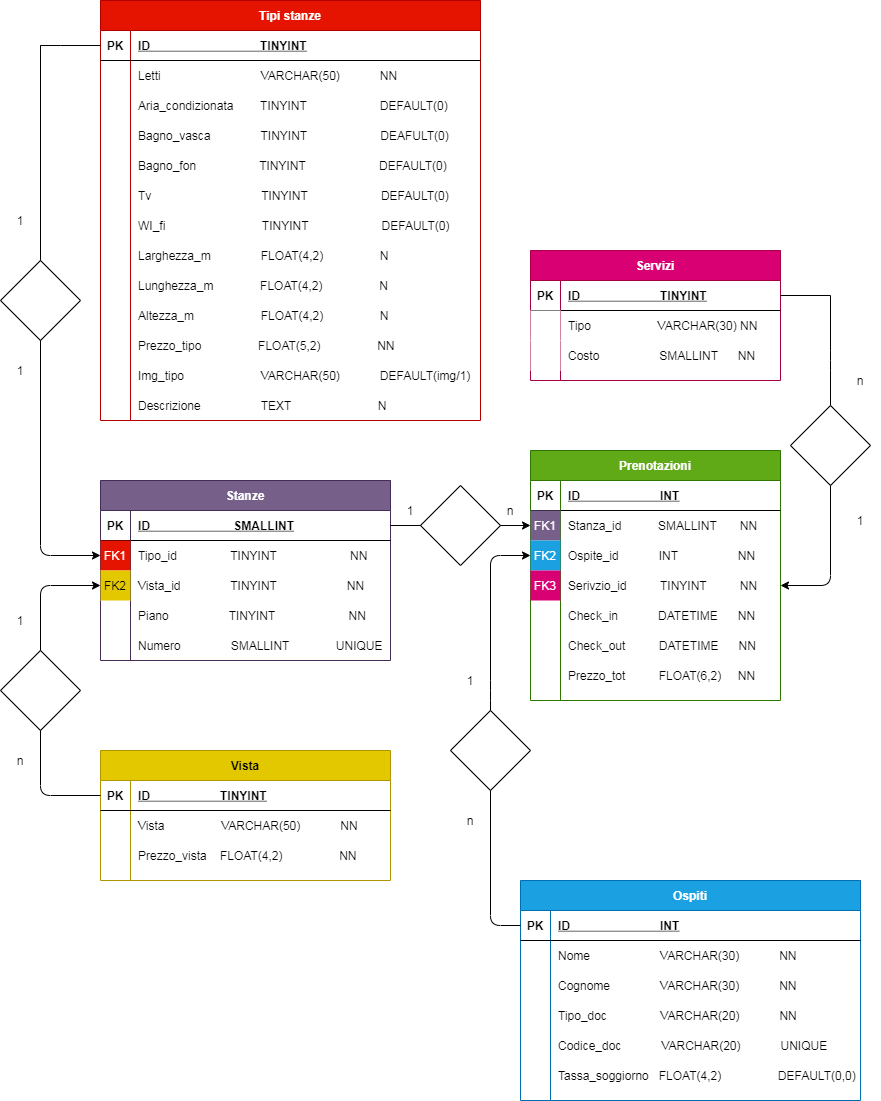
Above: Hotel.png in jacopo-vinanti96/db-hotel (draw.io), before the change. Source tidied: cells renumbered, new cells last; positions are measured from the earlier drawing's top-left corner, leaving out a move shared by most shapes.
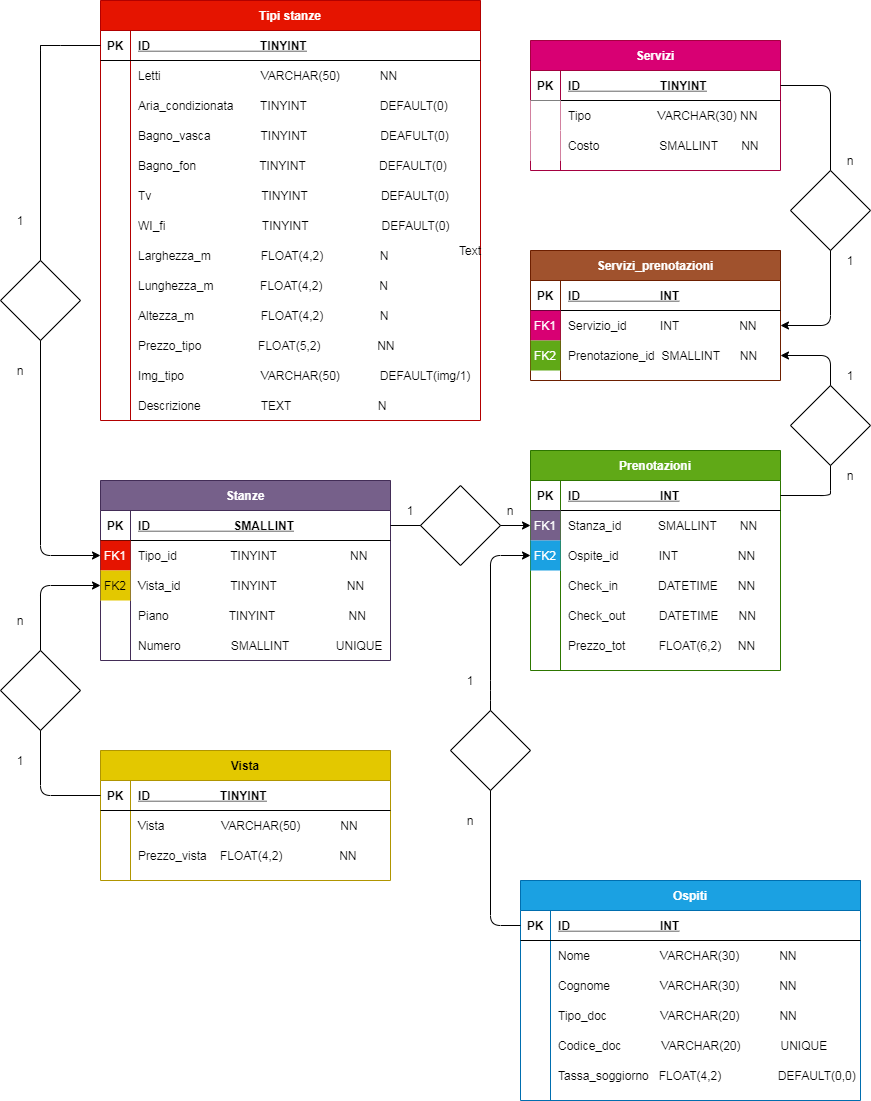
The same file after the commit.

Change to the diagram source:
```diff
@@ -3,7 +3,7 @@
     <mxCell id="0" />
     <mxCell id="1" parent="0" />
     <mxCell id="2" value="Prenotazioni" style="shape=table;startSize=30;rowLines=0;fontStyle=1;align=center;fillColor=#60a917;strokeColor=#2D7600;fontColor=#ffffff;" parent="1" vertex="1">
-      <mxGeometry x="530" y="450" width="250" height="250" as="geometry" />
+      <mxGeometry x="530" y="450" width="250" height="220" as="geometry" />
     </mxCell>
     <mxCell id="3" style="shape=partialRectangle;fillColor=none;points=[[0,0.5],[1,0.5]];portConstraint=eastwest;top=0;left=0;right=0;bottom=1;" parent="2" vertex="1">
       <mxGeometry y="30" width="250" height="30" as="geometry" />
@@ -32,17 +32,8 @@
     <mxCell id="11" value="Ospite_id            INT                  NN" style="shape=partialRectangle;overflow=hidden;fillColor=none;top=0;left=0;bottom=0;right=0;align=left;spacingLeft=6;" parent="9" vertex="1">
       <mxGeometry x="30" width="220" height="30" as="geometry" />
     </mxCell>
-    <mxCell id="12" style="shape=partialRectangle;fillColor=none;points=[[0,0.5],[1,0.5]];portConstraint=eastwest;top=0;left=0;right=0;bottom=0;" parent="2" vertex="1">
-      <mxGeometry y="120" width="250" height="30" as="geometry" />
-    </mxCell>
-    <mxCell id="13" value="FK3" style="shape=partialRectangle;overflow=hidden;fillColor=#d80073;top=0;left=0;bottom=0;right=0;strokeColor=#A50040;fontColor=#ffffff;" parent="12" vertex="1">
-      <mxGeometry width="30" height="30" as="geometry" />
-    </mxCell>
-    <mxCell id="14" value="Serivzio_id          TINYINT          NN" style="shape=partialRectangle;overflow=hidden;fillColor=none;top=0;left=0;bottom=0;right=0;align=left;spacingLeft=6;" parent="12" vertex="1">
-      <mxGeometry x="30" width="220" height="30" as="geometry" />
-    </mxCell>
     <mxCell id="15" style="shape=partialRectangle;fillColor=none;top=0;left=0;right=0;bottom=0;" parent="2" vertex="1">
-      <mxGeometry y="150" width="250" height="30" as="geometry" />
+      <mxGeometry y="120" width="250" height="30" as="geometry" />
     </mxCell>
     <mxCell id="16" style="shape=partialRectangle;overflow=hidden;fillColor=none;top=0;left=0;bottom=0;right=0;" parent="15" vertex="1">
       <mxGeometry width="30" height="30" as="geometry" />
@@ -51,7 +42,7 @@
       <mxGeometry x="30" width="220" height="30" as="geometry" />
     </mxCell>
     <mxCell id="18" style="shape=partialRectangle;fillColor=none;top=0;left=0;right=0;bottom=0;" parent="2" vertex="1">
-      <mxGeometry y="180" width="250" height="30" as="geometry" />
+      <mxGeometry y="150" width="250" height="30" as="geometry" />
     </mxCell>
     <mxCell id="19" style="shape=partialRectangle;overflow=hidden;fillColor=none;top=0;left=0;bottom=0;right=0;" parent="18" vertex="1">
       <mxGeometry width="30" height="30" as="geometry" />
@@ -60,7 +51,7 @@
       <mxGeometry x="30" width="220" height="30" as="geometry" />
     </mxCell>
     <mxCell id="21" style="shape=partialRectangle;fillColor=none;top=0;left=0;right=0;bottom=0;" parent="2" vertex="1">
-      <mxGeometry y="210" width="250" height="30" as="geometry" />
+      <mxGeometry y="180" width="250" height="30" as="geometry" />
     </mxCell>
     <mxCell id="22" style="shape=partialRectangle;overflow=hidden;fillColor=none;top=0;left=0;bottom=0;right=0;" parent="21" vertex="1">
       <mxGeometry width="30" height="30" as="geometry" />
@@ -319,7 +310,7 @@
     <mxCell id="103" value="1" style="text;html=1;strokeColor=none;fillColor=none;align=center;verticalAlign=middle;whiteSpace=wrap;rounded=0;" parent="1" vertex="1">
       <mxGeometry y="210" width="40" height="20" as="geometry" />
     </mxCell>
-    <mxCell id="104" value="1" style="text;html=1;strokeColor=none;fillColor=none;align=center;verticalAlign=middle;whiteSpace=wrap;rounded=0;" parent="1" vertex="1">
+    <mxCell id="104" value="n" style="text;html=1;strokeColor=none;fillColor=none;align=center;verticalAlign=middle;whiteSpace=wrap;rounded=0;" parent="1" vertex="1">
       <mxGeometry y="360" width="40" height="20" as="geometry" />
     </mxCell>
     <mxCell id="105" value="Vista" style="shape=table;startSize=30;rowLines=0;fontStyle=1;align=center;fillColor=#e3c800;strokeColor=#B09500;fontColor=#000000;" parent="1" vertex="1">
@@ -364,10 +355,10 @@
     <mxCell id="116" style="rhombus;whiteSpace=wrap;html=1;" parent="1" vertex="1">
       <mxGeometry y="650" width="80" height="80" as="geometry" />
     </mxCell>
-    <mxCell id="117" value="1" style="text;html=1;strokeColor=none;fillColor=none;align=center;verticalAlign=middle;whiteSpace=wrap;rounded=0;" parent="1" vertex="1">
+    <mxCell id="117" value="n" style="text;html=1;strokeColor=none;fillColor=none;align=center;verticalAlign=middle;whiteSpace=wrap;rounded=0;" parent="1" vertex="1">
       <mxGeometry y="610" width="40" height="20" as="geometry" />
     </mxCell>
-    <mxCell id="118" value="n" style="text;html=1;strokeColor=none;fillColor=none;align=center;verticalAlign=middle;whiteSpace=wrap;rounded=0;" parent="1" vertex="1">
+    <mxCell id="118" value="1" style="text;html=1;strokeColor=none;fillColor=none;align=center;verticalAlign=middle;whiteSpace=wrap;rounded=0;" parent="1" vertex="1">
       <mxGeometry y="750" width="40" height="20" as="geometry" />
     </mxCell>
     <mxCell id="119" style="endArrow=classic;html=1;entryX=0;entryY=0.5;entryDx=0;entryDy=0;startArrow=none;" parent="1" edge="1" source="120" target="6">
@@ -393,7 +384,7 @@
       <mxGeometry x="490" y="500" width="40" height="20" as="geometry" />
     </mxCell>
     <mxCell id="125" value="Servizi" style="shape=table;startSize=30;rowLines=0;fontStyle=1;align=center;fillColor=#d80073;strokeColor=#A50040;fontColor=#ffffff;" parent="1" vertex="1">
-      <mxGeometry x="530" y="250" width="250" height="130" as="geometry" />
+      <mxGeometry x="530" y="40" width="250" height="130" as="geometry" />
     </mxCell>
     <mxCell id="126" style="shape=partialRectangle;fillColor=none;points=[[0,0.5],[1,0.5]];portConstraint=eastwest;top=0;left=0;right=0;bottom=1;" parent="125" vertex="1">
       <mxGeometry y="30" width="250" height="30" as="geometry" />
@@ -419,32 +410,30 @@
     <mxCell id="133" style="shape=partialRectangle;overflow=hidden;top=0;left=0;bottom=0;right=0;" parent="132" vertex="1">
       <mxGeometry width="30" height="30" as="geometry" />
     </mxCell>
-    <mxCell id="134" value="Costo                  SMALLINT      NN" style="shape=partialRectangle;overflow=hidden;fillColor=none;top=0;left=0;bottom=0;right=0;align=left;spacingLeft=6;" parent="132" vertex="1">
+    <mxCell id="134" value="Costo                  SMALLINT       NN" style="shape=partialRectangle;overflow=hidden;fillColor=none;top=0;left=0;bottom=0;right=0;align=left;spacingLeft=6;" parent="132" vertex="1">
       <mxGeometry x="30" width="220" height="30" as="geometry" />
     </mxCell>
-    <mxCell id="135" style="endArrow=classic;html=1;entryX=1;entryY=0.5;entryDx=0;entryDy=0;startArrow=none;" parent="1" edge="1" target="12">
+    <mxCell id="135" style="endArrow=classic;html=1;entryX=1;entryY=0.5;entryDx=0;entryDy=0;startArrow=none;" parent="1" edge="1" target="150">
       <mxGeometry relative="1" as="geometry">
-        <mxPoint x="830" y="295" as="sourcePoint" />
+        <mxPoint x="830" y="490" as="sourcePoint" />
         <Array as="points">
-          <mxPoint x="830" y="295" />
-          <mxPoint x="830" y="360" />
-          <mxPoint x="830" y="585" />
+          <mxPoint x="830" y="355" />
         </Array>
       </mxGeometry>
     </mxCell>
-    <mxCell id="136" style="rhombus;whiteSpace=wrap;html=1;" parent="1" vertex="1">
-      <mxGeometry x="790" y="405" width="80" height="80" as="geometry" />
-    </mxCell>
-    <mxCell id="137" style="endArrow=none;html=1;exitX=1;exitY=0.5;exitDx=0;exitDy=0;" parent="1" edge="1" source="126">
+    <mxCell id="137" style="endArrow=none;html=1;exitX=1;exitY=0.5;exitDx=0;exitDy=0;" parent="1" edge="1" source="3">
       <mxGeometry relative="1" as="geometry">
-        <mxPoint x="830" y="295" as="targetPoint" />
+        <mxPoint x="830" y="490" as="targetPoint" />
+        <Array as="points">
+          <mxPoint x="830" y="495" />
+        </Array>
       </mxGeometry>
     </mxCell>
-    <mxCell id="138" value="n" style="text;html=1;strokeColor=none;fillColor=none;align=center;verticalAlign=middle;whiteSpace=wrap;rounded=0;" parent="1" vertex="1">
-      <mxGeometry x="840" y="370" width="40" height="20" as="geometry" />
+    <mxCell id="138" value="1" style="text;html=1;strokeColor=none;fillColor=none;align=center;verticalAlign=middle;whiteSpace=wrap;rounded=0;" parent="1" vertex="1">
+      <mxGeometry x="830" y="365" width="40" height="20" as="geometry" />
     </mxCell>
-    <mxCell id="139" value="1" style="text;html=1;strokeColor=none;fillColor=none;align=center;verticalAlign=middle;whiteSpace=wrap;rounded=0;" parent="1" vertex="1">
-      <mxGeometry x="840" y="510" width="40" height="20" as="geometry" />
+    <mxCell id="139" value="n" style="text;html=1;strokeColor=none;fillColor=none;align=center;verticalAlign=middle;whiteSpace=wrap;rounded=0;" parent="1" vertex="1">
+      <mxGeometry x="830" y="465" width="40" height="20" as="geometry" />
     </mxCell>
     <mxCell id="140" style="endArrow=classic;html=1;exitX=0;exitY=0.5;exitDx=0;exitDy=0;entryX=0;entryY=0.5;entryDx=0;entryDy=0;" parent="1" edge="1" source="25" target="9">
       <mxGeometry relative="1" as="geometry">
@@ -461,5 +450,61 @@
     <mxCell id="142" value="n" style="text;html=1;strokeColor=none;fillColor=none;align=center;verticalAlign=middle;whiteSpace=wrap;rounded=0;" parent="1" vertex="1">
       <mxGeometry x="450" y="810" width="40" height="20" as="geometry" />
     </mxCell>
+    <mxCell id="143" value="Servizi_prenotazioni" style="shape=table;startSize=30;rowLines=0;fontStyle=1;align=center;fillColor=#a0522d;strokeColor=#6D1F00;fontColor=#ffffff;" parent="1" vertex="1">
+      <mxGeometry x="530" y="250" width="250" height="130" as="geometry" />
+    </mxCell>
+    <mxCell id="144" style="shape=partialRectangle;fillColor=none;top=0;left=0;right=0;bottom=1;" parent="143" vertex="1">
+      <mxGeometry y="30" width="250" height="30" as="geometry" />
+    </mxCell>
+    <mxCell id="145" value="PK" style="shape=partialRectangle;overflow=hidden;fillColor=none;top=0;left=0;bottom=0;right=0;fontStyle=1;" parent="144" vertex="1">
+      <mxGeometry width="30" height="30" as="geometry" />
+    </mxCell>
+    <mxCell id="146" value="ID                        INT" style="shape=partialRectangle;overflow=hidden;fillColor=none;top=0;left=0;bottom=0;right=0;align=left;spacingLeft=6;fontStyle=5;" parent="144" vertex="1">
+      <mxGeometry x="30" width="220" height="30" as="geometry" />
+    </mxCell>
+    <mxCell id="147" style="shape=partialRectangle;fillColor=none;points=[[0,0.5],[1,0.5]];portConstraint=eastwest;top=0;left=0;right=0;bottom=0;" parent="143" vertex="1">
+      <mxGeometry y="60" width="250" height="30" as="geometry" />
+    </mxCell>
+    <mxCell id="148" value="FK1" style="shape=partialRectangle;overflow=hidden;top=0;left=0;bottom=0;right=0;fillColor=#d80073;strokeColor=#A50040;fontColor=#ffffff;" parent="147" vertex="1">
+      <mxGeometry width="30" height="30" as="geometry" />
+    </mxCell>
+    <mxCell id="149" value="Servizio_id          INT                  NN" style="shape=partialRectangle;overflow=hidden;fillColor=none;top=0;left=0;bottom=0;right=0;align=left;spacingLeft=6;" parent="147" vertex="1">
+      <mxGeometry x="30" width="220" height="30" as="geometry" />
+    </mxCell>
+    <mxCell id="150" style="shape=partialRectangle;fillColor=none;points=[[0,0.5],[1,0.5]];portConstraint=eastwest;top=0;left=0;right=0;bottom=0;" parent="143" vertex="1">
+      <mxGeometry y="90" width="250" height="30" as="geometry" />
+    </mxCell>
+    <mxCell id="151" value="FK2" style="shape=partialRectangle;overflow=hidden;top=0;left=0;bottom=0;right=0;fillColor=#60a917;strokeColor=#2D7600;fontColor=#ffffff;" parent="150" vertex="1">
+      <mxGeometry width="30" height="30" as="geometry" />
+    </mxCell>
+    <mxCell id="152" value="Prenotazione_id  SMALLINT      NN" style="shape=partialRectangle;overflow=hidden;fillColor=none;top=0;left=0;bottom=0;right=0;align=left;spacingLeft=6;" parent="150" vertex="1">
+      <mxGeometry x="30" width="220" height="30" as="geometry" />
+    </mxCell>
+    <mxCell id="153" style="edgeStyle=orthogonalEdgeStyle;rounded=0;orthogonalLoop=1;jettySize=auto;html=1;exitX=0.5;exitY=1;exitDx=0;exitDy=0;" parent="1" edge="1" source="138" target="138">
+      <mxGeometry relative="1" as="geometry" />
+    </mxCell>
+    <mxCell id="136" style="rhombus;whiteSpace=wrap;html=1;" parent="1" vertex="1">
+      <mxGeometry x="790" y="385" width="80" height="80" as="geometry" />
+    </mxCell>
+    <mxCell id="154" style="endArrow=classic;html=1;entryX=1;entryY=0.5;entryDx=0;entryDy=0;exitX=1;exitY=0.5;exitDx=0;exitDy=0;" parent="1" edge="1" source="126" target="147">
+      <mxGeometry relative="1" as="geometry">
+        <Array as="points">
+          <mxPoint x="830" y="85" />
+          <mxPoint x="830" y="325" />
+        </Array>
+      </mxGeometry>
+    </mxCell>
+    <mxCell id="155" style="rhombus;whiteSpace=wrap;html=1;direction=south;rotation=-180;" parent="1" vertex="1">
+      <mxGeometry x="790" y="170" width="80" height="80" as="geometry" />
+    </mxCell>
+    <mxCell id="156" value="Text" style="text;html=1;strokeColor=none;fillColor=none;align=center;verticalAlign=middle;whiteSpace=wrap;rounded=0;" parent="1" vertex="1">
+      <mxGeometry x="450" y="240" width="40" height="20" as="geometry" />
+    </mxCell>
+    <mxCell id="157" value="1" style="text;html=1;strokeColor=none;fillColor=none;align=center;verticalAlign=middle;whiteSpace=wrap;rounded=0;" parent="1" vertex="1">
+      <mxGeometry x="830" y="250" width="40" height="20" as="geometry" />
+    </mxCell>
+    <mxCell id="158" value="n" style="text;html=1;strokeColor=none;fillColor=none;align=center;verticalAlign=middle;whiteSpace=wrap;rounded=0;" parent="1" vertex="1">
+      <mxGeometry x="830" y="150" width="40" height="20" as="geometry" />
+    </mxCell>
   </root>
 </mxGraphModel>
```
